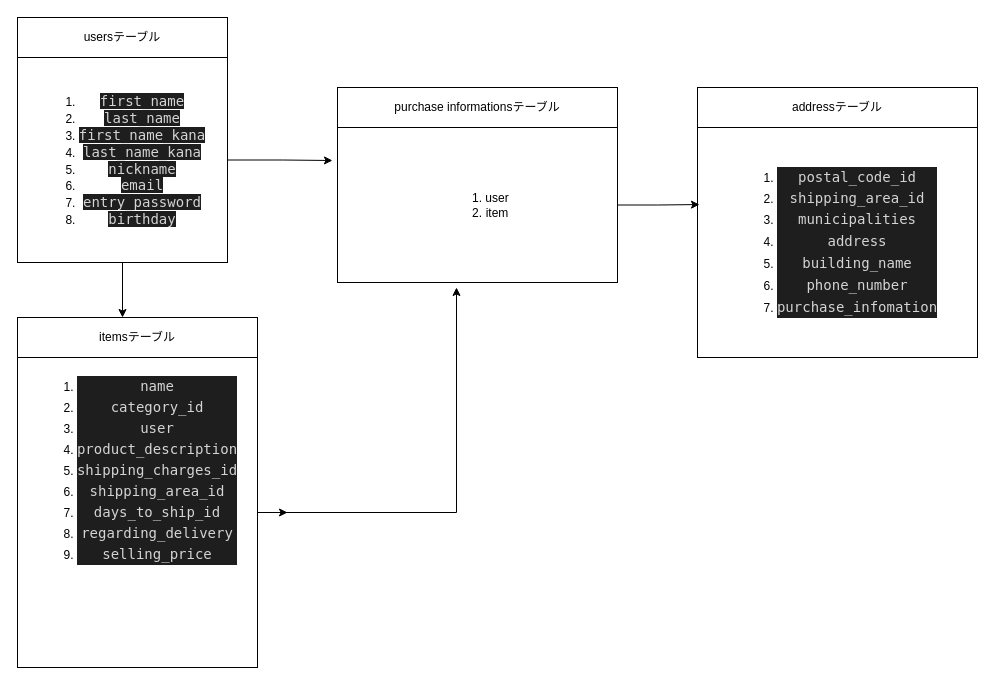
Before: test.dio in ma1sa007/furima-31981, a draw.io diagram. Source tidied: cells renumbered, new cells numbered last; positions are measured from the earlier drawing's top-left corner, leaving out a move shared by most shapes. Both pictures are drawn from the tidied source at 100%, with x=0, y=0 at pixel (17, 17).
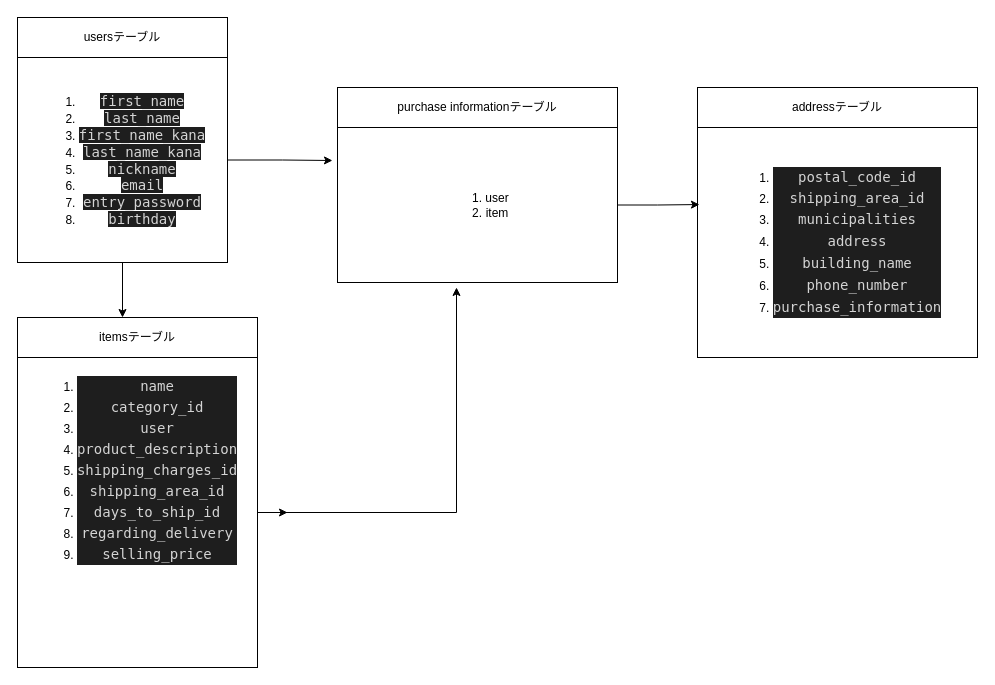
After the change.

Commit message (it also covers changes not shown here):
テーブル設計15

Change to the diagram source:
```diff
@@
 <mxGraphModel>
   <root>
     <mxCell id="0" />
     <mxCell id="1" parent="0" />
     <mxCell id="2" style="edgeStyle=orthogonalEdgeStyle;rounded=0;jettySize=auto;html=1;" parent="1" edge="1" source="3" target="6">
       <mxGeometry relative="1" as="geometry" />
     </mxCell>
     <mxCell id="3" value="usersテーブル" style="rounded=0;whiteSpace=wrap;html=1;sketch=0;" parent="1" vertex="1">
       <mxGeometry width="210" height="40" as="geometry" />
     </mxCell>
     <mxCell id="4" style="edgeStyle=orthogonalEdgeStyle;rounded=0;jettySize=auto;html=1;" parent="1" edge="1" source="6">
       <mxGeometry relative="1" as="geometry">
         <mxPoint x="105" y="300" as="targetPoint" />
       </mxGeometry>
     </mxCell>
     <mxCell id="5" style="edgeStyle=orthogonalEdgeStyle;rounded=0;jettySize=auto;html=1;entryX=-0.018;entryY=0.213;entryDx=0;entryDy=0;entryPerimeter=0;" parent="1" edge="1" source="6" target="15">
       <mxGeometry relative="1" as="geometry" />
     </mxCell>
     <mxCell id="6" value="&lt;ol&gt;&lt;li&gt;&lt;font color=&quot;#d4d4d4&quot; face=&quot;ricty diminished, menlo, monaco, courier new, monospace&quot;&gt;&lt;span style=&quot;font-size: 14px ; background-color: rgb(30 , 30 , 30)&quot;&gt;first_name&lt;/span&gt;&lt;/font&gt;&lt;/li&gt;&lt;li&gt;&lt;font color=&quot;#d4d4d4&quot; face=&quot;ricty diminished, menlo, monaco, courier new, monospace&quot;&gt;&lt;span style=&quot;font-size: 14px ; background-color: rgb(30 , 30 , 30)&quot;&gt;last_name&lt;/span&gt;&lt;/font&gt;&lt;/li&gt;&lt;li&gt;&lt;font color=&quot;#d4d4d4&quot; face=&quot;ricty diminished, menlo, monaco, courier new, monospace&quot;&gt;&lt;span style=&quot;font-size: 14px ; background-color: rgb(30 , 30 , 30)&quot;&gt;first_name_kana&lt;/span&gt;&lt;/font&gt;&lt;/li&gt;&lt;li&gt;&lt;font color=&quot;#d4d4d4&quot; face=&quot;ricty diminished, menlo, monaco, courier new, monospace&quot;&gt;&lt;span style=&quot;font-size: 14px ; background-color: rgb(30 , 30 , 30)&quot;&gt;last_name_kana&lt;/span&gt;&lt;/font&gt;&lt;/li&gt;&lt;li&gt;&lt;font color=&quot;#d4d4d4&quot; face=&quot;ricty diminished, menlo, monaco, courier new, monospace&quot;&gt;&lt;span style=&quot;font-size: 14px ; background-color: rgb(30 , 30 , 30)&quot;&gt;nickname&lt;/span&gt;&lt;/font&gt;&lt;/li&gt;&lt;li&gt;&lt;font color=&quot;#d4d4d4&quot; face=&quot;ricty diminished, menlo, monaco, courier new, monospace&quot;&gt;&lt;span style=&quot;font-size: 14px ; background-color: rgb(30 , 30 , 30)&quot;&gt;email&lt;/span&gt;&lt;/font&gt;&lt;/li&gt;&lt;li&gt;&lt;font color=&quot;#d4d4d4&quot; face=&quot;ricty diminished, menlo, monaco, courier new, monospace&quot;&gt;&lt;span style=&quot;font-size: 14px ; background-color: rgb(30 , 30 , 30)&quot;&gt;entry_password&lt;/span&gt;&lt;/font&gt;&lt;/li&gt;&lt;li&gt;&lt;font color=&quot;#d4d4d4&quot; face=&quot;ricty diminished, menlo, monaco, courier new, monospace&quot;&gt;&lt;span style=&quot;font-size: 14px ; background-color: rgb(30 , 30 , 30)&quot;&gt;birthday&lt;/span&gt;&lt;/font&gt;&lt;/li&gt;&lt;/ol&gt;" style="rounded=0;whiteSpace=wrap;html=1;sketch=0;" parent="1" vertex="1">
       <mxGeometry y="40" width="210" height="205" as="geometry" />
     </mxCell>
     <mxCell id="7" value="itemsテーブル" style="rounded=0;whiteSpace=wrap;html=1;sketch=0;" parent="1" vertex="1">
       <mxGeometry y="300" width="240" height="40" as="geometry" />
     </mxCell>
     <mxCell id="8" style="edgeStyle=orthogonalEdgeStyle;rounded=0;jettySize=auto;html=1;" parent="1" edge="1" source="10">
       <mxGeometry relative="1" as="geometry">
         <mxPoint x="270" y="495" as="targetPoint" />
       </mxGeometry>
     </mxCell>
     <mxCell id="9" style="edgeStyle=orthogonalEdgeStyle;rounded=0;jettySize=auto;html=1;entryX=0.425;entryY=1.032;entryDx=0;entryDy=0;entryPerimeter=0;" parent="1" edge="1" source="10" target="15">
       <mxGeometry relative="1" as="geometry" />
     </mxCell>
     <mxCell id="10" value="&lt;ol&gt;&lt;li&gt;&lt;div style=&quot;color: rgb(212 , 212 , 212) ; background-color: rgb(30 , 30 , 30) ; font-family: &amp;#34;ricty diminished&amp;#34; , &amp;#34;menlo&amp;#34; , &amp;#34;monaco&amp;#34; , &amp;#34;courier new&amp;#34; , monospace ; font-size: 14px ; line-height: 21px&quot;&gt;name&lt;/div&gt;&lt;/li&gt;&lt;li&gt;&lt;div style=&quot;color: rgb(212 , 212 , 212) ; background-color: rgb(30 , 30 , 30) ; font-family: &amp;#34;ricty diminished&amp;#34; , &amp;#34;menlo&amp;#34; , &amp;#34;monaco&amp;#34; , &amp;#34;courier new&amp;#34; , monospace ; font-size: 14px ; line-height: 21px&quot;&gt;category_id&lt;/div&gt;&lt;/li&gt;&lt;li&gt;&lt;div style=&quot;color: rgb(212 , 212 , 212) ; background-color: rgb(30 , 30 , 30) ; font-family: &amp;#34;ricty diminished&amp;#34; , &amp;#34;menlo&amp;#34; , &amp;#34;monaco&amp;#34; , &amp;#34;courier new&amp;#34; , monospace ; font-size: 14px ; line-height: 21px&quot;&gt;user&lt;/div&gt;&lt;/li&gt;&lt;li&gt;&lt;div style=&quot;color: rgb(212 , 212 , 212) ; background-color: rgb(30 , 30 , 30) ; font-family: &amp;#34;ricty diminished&amp;#34; , &amp;#34;menlo&amp;#34; , &amp;#34;monaco&amp;#34; , &amp;#34;courier new&amp;#34; , monospace ; font-size: 14px ; line-height: 21px&quot;&gt;&lt;div style=&quot;font-family: &amp;#34;ricty diminished&amp;#34; , &amp;#34;menlo&amp;#34; , &amp;#34;monaco&amp;#34; , &amp;#34;courier new&amp;#34; , monospace ; line-height: 21px&quot;&gt;product_description &lt;/div&gt;&lt;/div&gt;&lt;/li&gt;&lt;li&gt;&lt;div style=&quot;font-family: &amp;#34;ricty diminished&amp;#34; , &amp;#34;menlo&amp;#34; , &amp;#34;monaco&amp;#34; , &amp;#34;courier new&amp;#34; , monospace ; line-height: 21px&quot;&gt;&lt;div style=&quot;color: rgb(212 , 212 , 212) ; background-color: rgb(30 , 30 , 30) ; font-size: 14px ; line-height: 21px&quot;&gt;shipping_charges_id &lt;/div&gt;&lt;/div&gt;&lt;/li&gt;&lt;li&gt;&lt;div style=&quot;color: rgb(212 , 212 , 212) ; background-color: rgb(30 , 30 , 30) ; font-size: 14px ; line-height: 21px&quot;&gt;&lt;div style=&quot;font-family: &amp;#34;ricty diminished&amp;#34; , &amp;#34;menlo&amp;#34; , &amp;#34;monaco&amp;#34; , &amp;#34;courier new&amp;#34; , monospace ; line-height: 21px&quot;&gt;shipping_area_id&lt;/div&gt;&lt;/div&gt;&lt;/li&gt;&lt;li&gt;&lt;div style=&quot;font-family: &amp;#34;ricty diminished&amp;#34; , &amp;#34;menlo&amp;#34; , &amp;#34;monaco&amp;#34; , &amp;#34;courier new&amp;#34; , monospace ; line-height: 21px&quot;&gt;&lt;div style=&quot;color: rgb(212 , 212 , 212) ; background-color: rgb(30 , 30 , 30) ; font-size: 14px ; line-height: 21px&quot;&gt;days_to_ship_id&lt;/div&gt;&lt;/div&gt;&lt;/li&gt;&lt;li&gt;&lt;div style=&quot;color: rgb(212 , 212 , 212) ; background-color: rgb(30 , 30 , 30) ; font-size: 14px ; line-height: 21px&quot;&gt;&lt;div style=&quot;font-family: &amp;#34;ricty diminished&amp;#34; , &amp;#34;menlo&amp;#34; , &amp;#34;monaco&amp;#34; , &amp;#34;courier new&amp;#34; , monospace ; line-height: 21px&quot;&gt;regarding_delivery&lt;/div&gt;&lt;/div&gt;&lt;/li&gt;&lt;li&gt;&lt;div style=&quot;font-family: &amp;#34;ricty diminished&amp;#34; , &amp;#34;menlo&amp;#34; , &amp;#34;monaco&amp;#34; , &amp;#34;courier new&amp;#34; , monospace ; line-height: 21px&quot;&gt;&lt;div style=&quot;color: rgb(212 , 212 , 212) ; background-color: rgb(30 , 30 , 30) ; font-size: 14px ; line-height: 21px&quot;&gt;selling_price&lt;/div&gt;&lt;/div&gt;&lt;/li&gt;&lt;/ol&gt;" style="rounded=0;whiteSpace=wrap;html=1;sketch=0;align=center;verticalAlign=top;" parent="1" vertex="1">
       <mxGeometry y="340" width="240" height="310" as="geometry" />
     </mxCell>
-    <mxCell id="11" value="&lt;ol&gt;&lt;li&gt;&lt;div style=&quot;color: rgb(212 , 212 , 212) ; background-color: rgb(30 , 30 , 30) ; font-family: &amp;#34;ricty diminished&amp;#34; , &amp;#34;menlo&amp;#34; , &amp;#34;monaco&amp;#34; , &amp;#34;courier new&amp;#34; , monospace ; font-size: 14px ; line-height: 21px&quot;&gt;postal_code_id&lt;/div&gt;&lt;/li&gt;&lt;li&gt;&lt;div style=&quot;color: rgb(212 , 212 , 212) ; background-color: rgb(30 , 30 , 30) ; font-family: &amp;#34;ricty diminished&amp;#34; , &amp;#34;menlo&amp;#34; , &amp;#34;monaco&amp;#34; , &amp;#34;courier new&amp;#34; , monospace ; font-size: 14px ; line-height: 21px&quot;&gt;&lt;div style=&quot;font-family: &amp;#34;ricty diminished&amp;#34; , &amp;#34;menlo&amp;#34; , &amp;#34;monaco&amp;#34; , &amp;#34;courier new&amp;#34; , monospace ; line-height: 21px&quot;&gt;shipping_area_id&lt;/div&gt;&lt;/div&gt;&lt;/li&gt;&lt;li&gt;&lt;div style=&quot;background-color: rgb(30 , 30 , 30) ; line-height: 21px&quot;&gt;&lt;font color=&quot;#d4d4d4&quot; face=&quot;ricty diminished, menlo, monaco, courier new, monospace&quot;&gt;&lt;span style=&quot;font-size: 14px&quot;&gt;municipalities&lt;/span&gt;&lt;/font&gt;&lt;br&gt;&lt;/div&gt;&lt;/li&gt;&lt;li&gt;&lt;div style=&quot;background-color: rgb(30 , 30 , 30) ; line-height: 21px&quot;&gt;&lt;font color=&quot;#d4d4d4&quot; face=&quot;ricty diminished, menlo, monaco, courier new, monospace&quot;&gt;&lt;span style=&quot;font-size: 14px&quot;&gt;address&lt;/span&gt;&lt;br&gt;&lt;/font&gt;&lt;/div&gt;&lt;/li&gt;&lt;li&gt;&lt;div style=&quot;background-color: rgb(30 , 30 , 30) ; line-height: 21px&quot;&gt;&lt;font color=&quot;#d4d4d4&quot; face=&quot;ricty diminished, menlo, monaco, courier new, monospace&quot;&gt;&lt;span style=&quot;font-size: 14px&quot;&gt;building_name&lt;/span&gt;&lt;br&gt;&lt;/font&gt;&lt;/div&gt;&lt;/li&gt;&lt;li&gt;&lt;div style=&quot;background-color: rgb(30 , 30 , 30) ; line-height: 21px&quot;&gt;&lt;font color=&quot;#d4d4d4&quot; face=&quot;ricty diminished, menlo, monaco, courier new, monospace&quot;&gt;&lt;span style=&quot;font-size: 14px&quot;&gt;phone_number&lt;/span&gt;&lt;br&gt;&lt;/font&gt;&lt;/div&gt;&lt;/li&gt;&lt;li&gt;&lt;div style=&quot;background-color: rgb(30 , 30 , 30) ; line-height: 21px&quot;&gt;&lt;font color=&quot;#d4d4d4&quot; face=&quot;ricty diminished, menlo, monaco, courier new, monospace&quot;&gt;&lt;span style=&quot;font-size: 14px&quot;&gt;&lt;div style=&quot;font-family: &amp;#34;ricty diminished&amp;#34; , &amp;#34;menlo&amp;#34; , &amp;#34;monaco&amp;#34; , &amp;#34;courier new&amp;#34; , monospace ; line-height: 21px&quot;&gt;purchase_infomation &lt;/div&gt;&lt;/span&gt;&lt;/font&gt;&lt;/div&gt;&lt;/li&gt;&lt;/ol&gt;" style="rounded=0;whiteSpace=wrap;html=1;sketch=0;align=center;labelPosition=center;verticalLabelPosition=middle;verticalAlign=middle;" parent="1" vertex="1">
+    <mxCell id="11" value="&lt;ol&gt;&lt;li&gt;&lt;div style=&quot;color: rgb(212 , 212 , 212) ; background-color: rgb(30 , 30 , 30) ; font-family: &amp;#34;ricty diminished&amp;#34; , &amp;#34;menlo&amp;#34; , &amp;#34;monaco&amp;#34; , &amp;#34;courier new&amp;#34; , monospace ; font-size: 14px ; line-height: 21px&quot;&gt;postal_code_id&lt;/div&gt;&lt;/li&gt;&lt;li&gt;&lt;div style=&quot;color: rgb(212 , 212 , 212) ; background-color: rgb(30 , 30 , 30) ; font-family: &amp;#34;ricty diminished&amp;#34; , &amp;#34;menlo&amp;#34; , &amp;#34;monaco&amp;#34; , &amp;#34;courier new&amp;#34; , monospace ; font-size: 14px ; line-height: 21px&quot;&gt;&lt;div style=&quot;font-family: &amp;#34;ricty diminished&amp;#34; , &amp;#34;menlo&amp;#34; , &amp;#34;monaco&amp;#34; , &amp;#34;courier new&amp;#34; , monospace ; line-height: 21px&quot;&gt;shipping_area_id&lt;/div&gt;&lt;/div&gt;&lt;/li&gt;&lt;li&gt;&lt;div style=&quot;background-color: rgb(30 , 30 , 30) ; line-height: 21px&quot;&gt;&lt;font color=&quot;#d4d4d4&quot; face=&quot;ricty diminished, menlo, monaco, courier new, monospace&quot;&gt;&lt;span style=&quot;font-size: 14px&quot;&gt;municipalities&lt;/span&gt;&lt;/font&gt;&lt;br&gt;&lt;/div&gt;&lt;/li&gt;&lt;li&gt;&lt;div style=&quot;background-color: rgb(30 , 30 , 30) ; line-height: 21px&quot;&gt;&lt;font color=&quot;#d4d4d4&quot; face=&quot;ricty diminished, menlo, monaco, courier new, monospace&quot;&gt;&lt;span style=&quot;font-size: 14px&quot;&gt;address&lt;/span&gt;&lt;br&gt;&lt;/font&gt;&lt;/div&gt;&lt;/li&gt;&lt;li&gt;&lt;div style=&quot;background-color: rgb(30 , 30 , 30) ; line-height: 21px&quot;&gt;&lt;font color=&quot;#d4d4d4&quot; face=&quot;ricty diminished, menlo, monaco, courier new, monospace&quot;&gt;&lt;span style=&quot;font-size: 14px&quot;&gt;building_name&lt;/span&gt;&lt;br&gt;&lt;/font&gt;&lt;/div&gt;&lt;/li&gt;&lt;li&gt;&lt;div style=&quot;background-color: rgb(30 , 30 , 30) ; line-height: 21px&quot;&gt;&lt;font color=&quot;#d4d4d4&quot; face=&quot;ricty diminished, menlo, monaco, courier new, monospace&quot;&gt;&lt;span style=&quot;font-size: 14px&quot;&gt;phone_number&lt;/span&gt;&lt;br&gt;&lt;/font&gt;&lt;/div&gt;&lt;/li&gt;&lt;li&gt;&lt;div style=&quot;background-color: rgb(30 , 30 , 30) ; line-height: 21px&quot;&gt;&lt;font color=&quot;#d4d4d4&quot; face=&quot;ricty diminished, menlo, monaco, courier new, monospace&quot;&gt;&lt;span style=&quot;font-size: 14px&quot;&gt;&lt;div style=&quot;font-family: &amp;#34;ricty diminished&amp;#34; , &amp;#34;menlo&amp;#34; , &amp;#34;monaco&amp;#34; , &amp;#34;courier new&amp;#34; , monospace ; line-height: 21px&quot;&gt;purchase_information &lt;/div&gt;&lt;/span&gt;&lt;/font&gt;&lt;/div&gt;&lt;/li&gt;&lt;/ol&gt;" style="rounded=0;whiteSpace=wrap;html=1;sketch=0;align=center;labelPosition=center;verticalLabelPosition=middle;verticalAlign=middle;" parent="1" vertex="1">
       <mxGeometry x="680" y="110" width="280" height="230" as="geometry" />
     </mxCell>
     <mxCell id="12" value="addressテーブル" style="whiteSpace=wrap;html=1;rounded=0;sketch=0;align=center;" parent="1" vertex="1">
       <mxGeometry x="680" y="70" width="280" height="40" as="geometry" />
     </mxCell>
-    <mxCell id="13" value="purchase informationsテーブル" style="whiteSpace=wrap;html=1;" parent="1" vertex="1">
+    <mxCell id="13" value="purchase informationテーブル" style="whiteSpace=wrap;html=1;" parent="1" vertex="1">
       <mxGeometry x="320" y="70" width="280" height="40" as="geometry" />
     </mxCell>
     <mxCell id="14" style="edgeStyle=orthogonalEdgeStyle;rounded=0;jettySize=auto;html=1;entryX=0.007;entryY=0.335;entryDx=0;entryDy=0;entryPerimeter=0;" parent="1" edge="1" source="15" target="11">
       <mxGeometry relative="1" as="geometry" />
     </mxCell>
     <mxCell id="15" value="&lt;ol&gt;&lt;li&gt;user&lt;/li&gt;&lt;li&gt;item&lt;/li&gt;&lt;/ol&gt;" style="whiteSpace=wrap;html=1;" parent="1" vertex="1">
       <mxGeometry x="320" y="110" width="280" height="155" as="geometry" />
     </mxCell>
   </root>
 </mxGraphModel>
```
